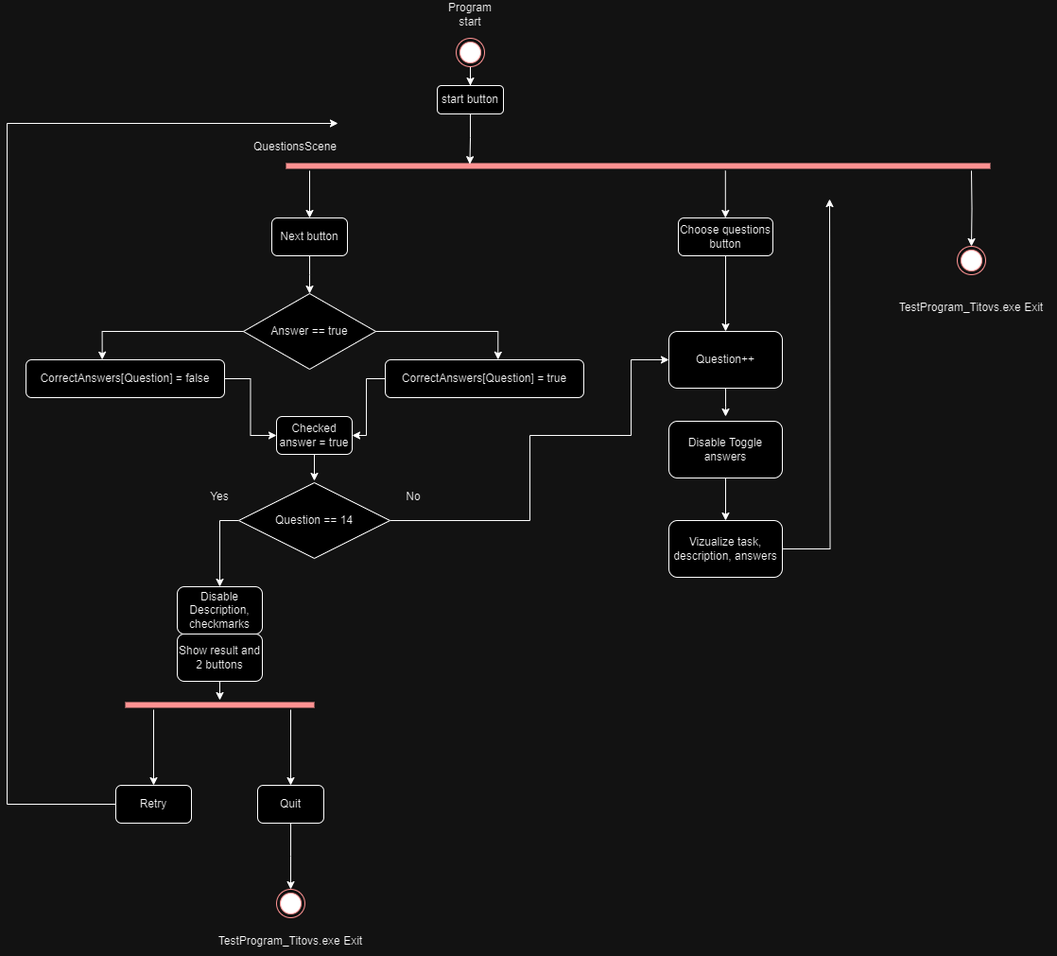
Mirflin/Titovs_examTest_29 keeps this draw.io diagram as Assets/UML/AktivitateDiagramUML.drawio.png. Above is the earlier version. Source tidied: cells renumbered, new cells last; positions are measured from the earlier drawing's top-left corner, leaving out a move shared by most shapes.
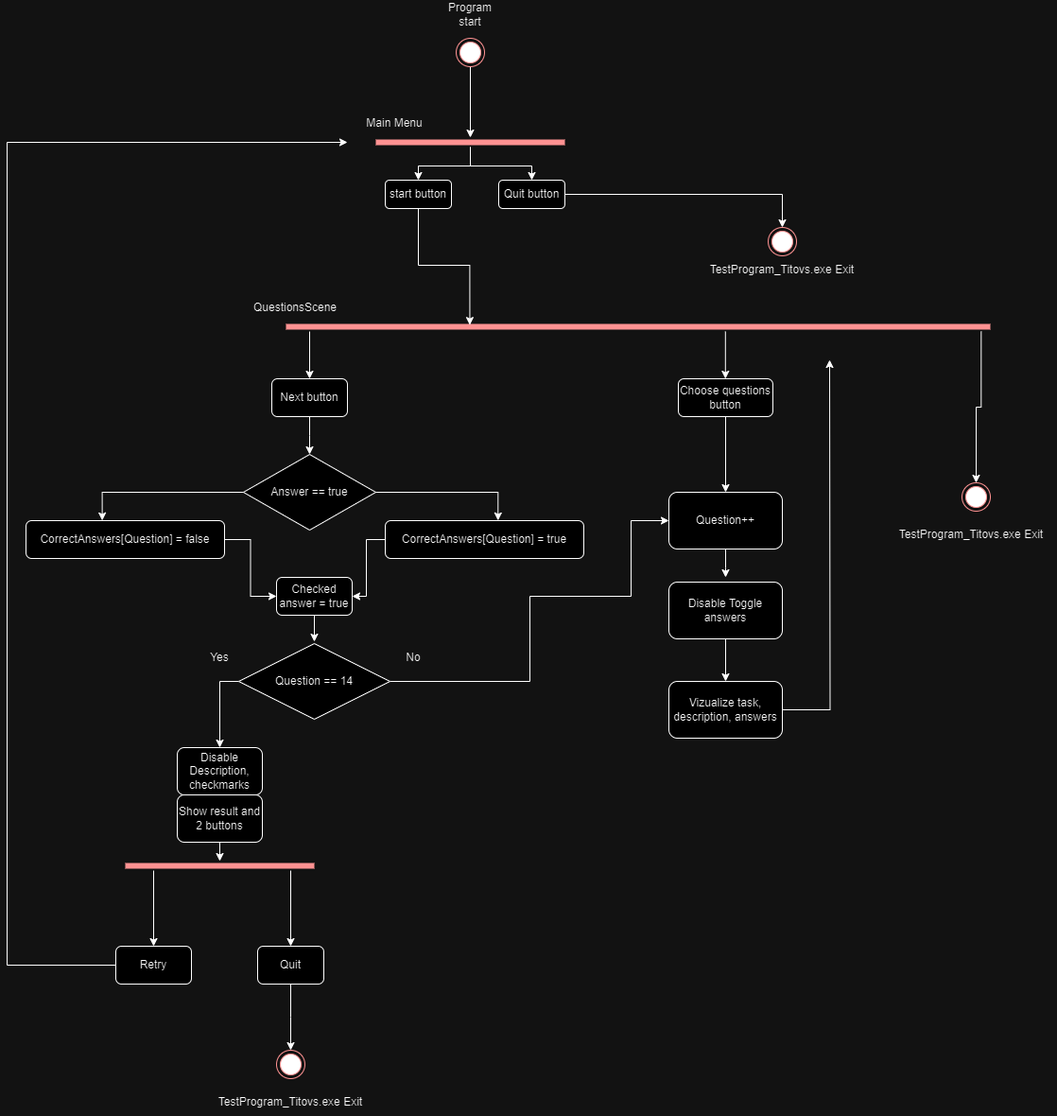
After the change.

What changed in the source:
```diff
@@ -5,20 +5,20 @@
     <mxCell id="2" style="shape=line;html=1;strokeWidth=6;strokeColor=#ff0000;" parent="1" vertex="1">
       <mxGeometry x="295" y="170" width="745" height="10" as="geometry" />
     </mxCell>
-    <mxCell id="3" style="edgeStyle=orthogonalEdgeStyle;rounded=0;jettySize=auto;html=1;entryX=0.5;entryY=0;entryDx=0;entryDy=0;" parent="1" edge="1" source="4" target="7">
+    <mxCell id="3" style="edgeStyle=orthogonalEdgeStyle;rounded=0;jettySize=auto;html=1;" parent="1" edge="1" source="4" target="53">
       <mxGeometry relative="1" as="geometry" />
     </mxCell>
     <mxCell id="4" style="ellipse;html=1;shape=endState;fillColor=#000000;strokeColor=#ff0000;" parent="1" vertex="1">
-      <mxGeometry x="475" y="40" width="30" height="30" as="geometry" />
+      <mxGeometry x="475" y="-130" width="30" height="30" as="geometry" />
     </mxCell>
     <mxCell id="5" value="Program start" style="text;html=1;align=center;verticalAlign=middle;whiteSpace=wrap;rounded=0;" parent="1" vertex="1">
-      <mxGeometry x="460" width="60" height="30" as="geometry" />
+      <mxGeometry x="460" y="-170" width="60" height="30" as="geometry" />
     </mxCell>
     <mxCell id="6" style="edgeStyle=orthogonalEdgeStyle;rounded=0;jettySize=auto;html=1;entryX=0.261;entryY=0.317;entryDx=0;entryDy=0;entryPerimeter=0;" parent="1" edge="1" source="7" target="2">
       <mxGeometry relative="1" as="geometry" />
     </mxCell>
     <mxCell id="7" value="start button" style="rounded=1;whiteSpace=wrap;html=1;" parent="1" vertex="1">
-      <mxGeometry x="455" y="90" width="70" height="30" as="geometry" />
+      <mxGeometry x="400" y="20" width="70" height="30" as="geometry" />
     </mxCell>
     <mxCell id="8" style="edgeStyle=orthogonalEdgeStyle;rounded=0;orthogonalLoop=1;jettySize=auto;html=1;" parent="1" edge="1">
       <mxGeometry relative="1" as="geometry">
@@ -80,7 +80,7 @@
     </mxCell>
     <mxCell id="20" style="edgeStyle=elbowEdgeStyle;rounded=0;jettySize=auto;html=1;" parent="1" edge="1" source="21">
       <mxGeometry relative="1" as="geometry">
-        <mxPoint x="350" y="130" as="targetPoint" />
+        <mxPoint x="360" y="-20" as="targetPoint" />
         <Array as="points">
           <mxPoint y="490" />
         </Array>
@@ -175,19 +175,41 @@
     <mxCell id="45" value="Disable Toggle answers" style="rounded=1;whiteSpace=wrap;html=1;" parent="1" vertex="1">
       <mxGeometry x="700" y="445" width="120" height="60" as="geometry" />
     </mxCell>
-    <mxCell id="46" style="edgeStyle=orthogonalEdgeStyle;rounded=0;jettySize=auto;html=1;" parent="1" edge="1" target="47">
-      <mxGeometry relative="1" as="geometry">
-        <mxPoint x="1020" y="180" as="sourcePoint" />
-      </mxGeometry>
-    </mxCell>
     <mxCell id="47" style="ellipse;html=1;shape=endState;fillColor=#000000;strokeColor=#ff0000;" parent="1" vertex="1">
-      <mxGeometry x="1005" y="260" width="30" height="30" as="geometry" />
+      <mxGeometry x="1010" y="340" width="30" height="30" as="geometry" />
     </mxCell>
     <mxCell id="48" value="TestProgram_Titovs.exe Exit" style="text;html=1;align=center;verticalAlign=middle;whiteSpace=wrap;rounded=0;" parent="1" vertex="1">
-      <mxGeometry x="930" y="310" width="180" height="30" as="geometry" />
+      <mxGeometry x="930" y="380" width="180" height="30" as="geometry" />
     </mxCell>
     <mxCell id="49" value="Show result and 2 buttons" style="rounded=1;whiteSpace=wrap;html=1;" parent="1" vertex="1">
       <mxGeometry x="180" y="670" width="90" height="50" as="geometry" />
     </mxCell>
+    <mxCell id="50" style="edgeStyle=orthogonalEdgeStyle;rounded=0;jettySize=auto;html=1;entryX=0.5;entryY=0;entryDx=0;entryDy=0;exitX=0.987;exitY=1;exitDx=0;exitDy=0;exitPerimeter=0;" parent="1" edge="1" source="2" target="47">
+      <mxGeometry relative="1" as="geometry" />
+    </mxCell>
+    <mxCell id="51" style="edgeStyle=orthogonalEdgeStyle;rounded=0;jettySize=auto;html=1;entryX=0.5;entryY=0;entryDx=0;entryDy=0;" parent="1" edge="1" source="53" target="7">
+      <mxGeometry relative="1" as="geometry" />
+    </mxCell>
+    <mxCell id="52" style="edgeStyle=orthogonalEdgeStyle;rounded=0;jettySize=auto;html=1;entryX=0.5;entryY=0;entryDx=0;entryDy=0;" parent="1" edge="1" source="53" target="55">
+      <mxGeometry relative="1" as="geometry" />
+    </mxCell>
+    <mxCell id="53" style="shape=line;html=1;strokeWidth=6;strokeColor=#ff0000;" parent="1" vertex="1">
+      <mxGeometry x="390" y="-25" width="200" height="10" as="geometry" />
+    </mxCell>
+    <mxCell id="54" style="edgeStyle=orthogonalEdgeStyle;rounded=0;jettySize=auto;html=1;entryX=0.5;entryY=0;entryDx=0;entryDy=0;" parent="1" edge="1" source="55" target="56">
+      <mxGeometry relative="1" as="geometry" />
+    </mxCell>
+    <mxCell id="55" value="Quit button" style="rounded=1;whiteSpace=wrap;html=1;" parent="1" vertex="1">
+      <mxGeometry x="520" y="20" width="70" height="30" as="geometry" />
+    </mxCell>
+    <mxCell id="56" style="ellipse;html=1;shape=endState;fillColor=#000000;strokeColor=#ff0000;" parent="1" vertex="1">
+      <mxGeometry x="805" y="70" width="30" height="30" as="geometry" />
+    </mxCell>
+    <mxCell id="57" value="TestProgram_Titovs.exe Exit" style="text;html=1;align=center;verticalAlign=middle;whiteSpace=wrap;rounded=0;" parent="1" vertex="1">
+      <mxGeometry x="730" y="100" width="180" height="30" as="geometry" />
+    </mxCell>
+    <mxCell id="58" value="Main Menu" style="text;html=1;align=center;verticalAlign=middle;whiteSpace=wrap;rounded=0;" parent="1" vertex="1">
+      <mxGeometry x="370" y="-55" width="80" height="30" as="geometry" />
+    </mxCell>
   </root>
 </mxGraphModel>
```
